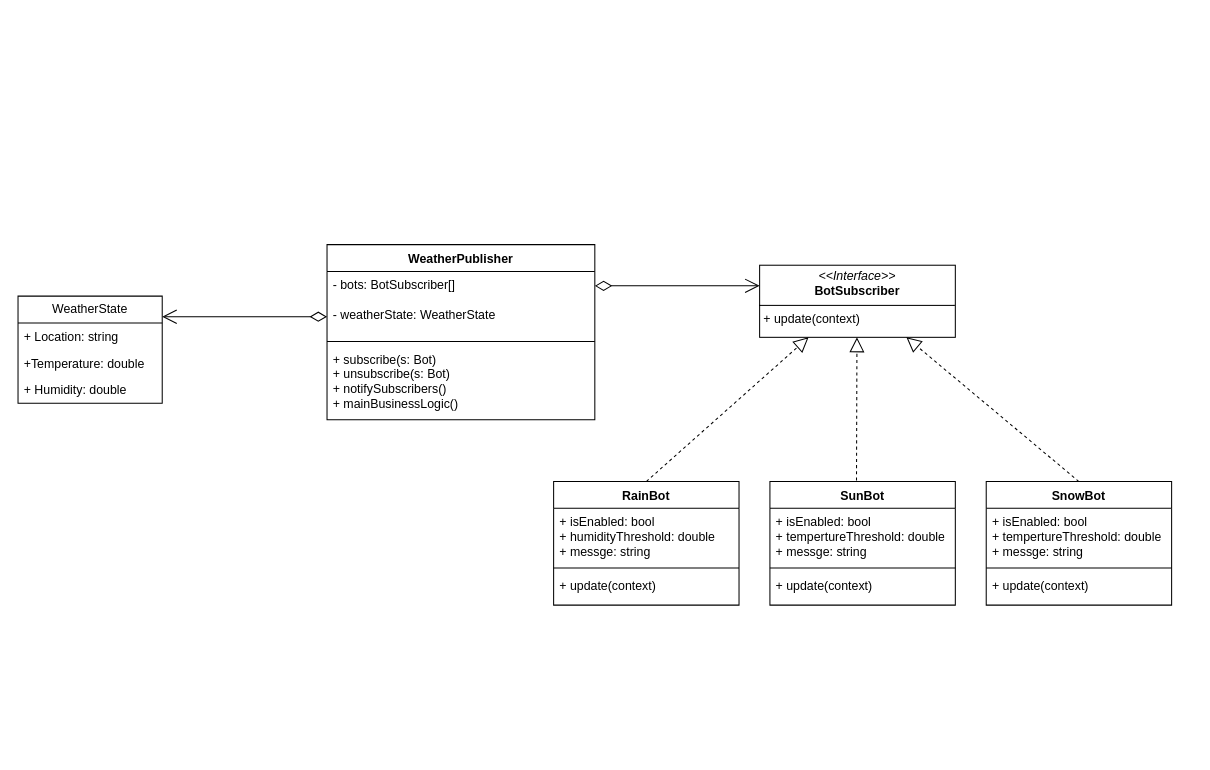
Above: Design/ObserverStructure.drawio in MahmoudShouli/WeatherMontior (draw.io), before the change. Source tidied: cells renumbered, new cells numbered last; positions are measured from the earlier drawing's top-left corner, leaving out a move shared by most shapes. Both pictures are drawn from the tidied source at 103%, with x=0, y=0 at pixel (18, 244).
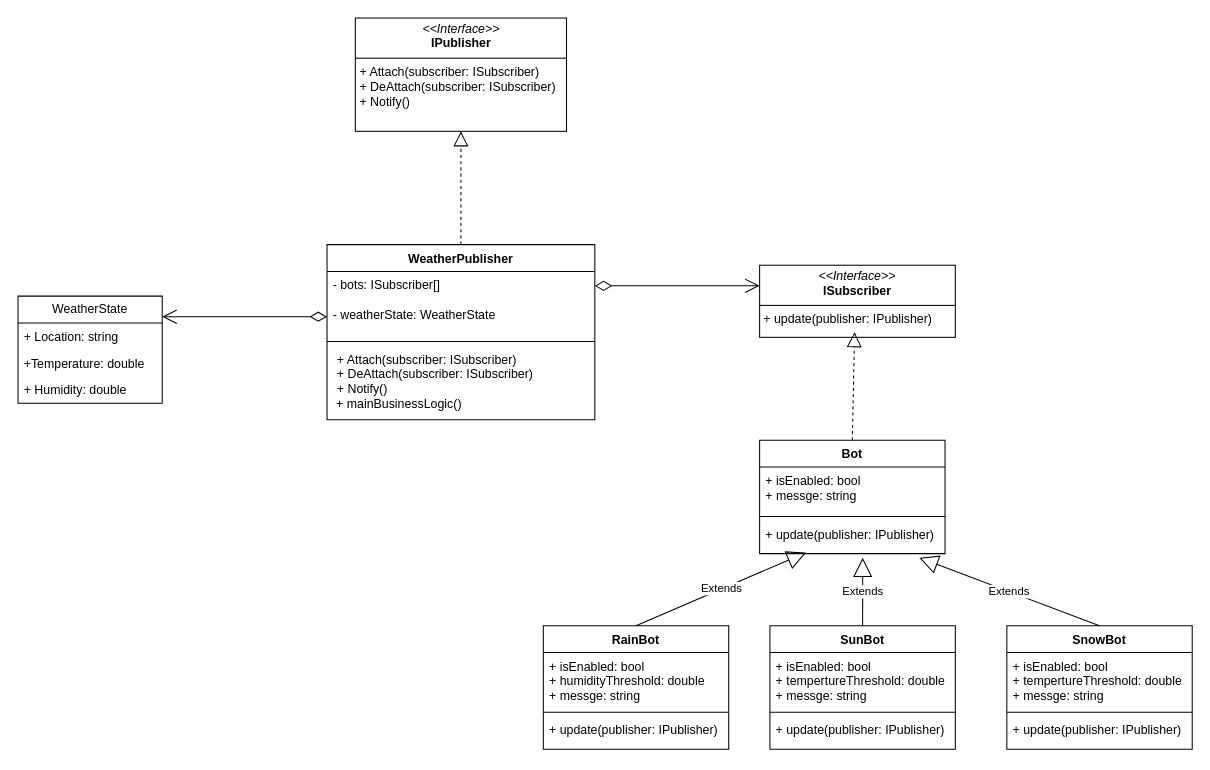
The same diagram, later.

The change refers to these unchanged cells:
```xml
<mxCell id="6" value="WeatherPublisher" style="swimlane;fontStyle=1;align=center;verticalAlign=top;horizontal=1;startSize=26;whiteSpace=wrap;html=1;" parent="1" vertex="1">
  <mxGeometry x="300" width="260" height="170" as="geometry" />
</mxCell>
```

The edit, as a diff of the source:
```diff
@@
-    <mxCell id="7" value="- bots: BotSubscriber[]&lt;div&gt;&lt;br&gt;&lt;div&gt;- weatherState: WeatherState&lt;/div&gt;&lt;/div&gt;" style="text;strokeColor=none;fillColor=none;align=left;verticalAlign=top;spacingLeft=4;spacingRight=4;overflow=hidden;whiteSpace=wrap;html=1;" parent="6" vertex="1">
+    <mxCell id="7" value="- bots: ISubscriber[]&lt;div&gt;&lt;br&gt;&lt;div&gt;- weatherState: WeatherState&lt;/div&gt;&lt;/div&gt;" style="text;strokeColor=none;fillColor=none;align=left;verticalAlign=top;spacingLeft=4;spacingRight=4;overflow=hidden;whiteSpace=wrap;html=1;" parent="6" vertex="1">
       <mxGeometry y="26" width="260" height="64" as="geometry" />
     </mxCell>
@@
-    <mxCell id="9" value="+ subscribe(s: Bot)&lt;div&gt;+ unsubscribe(s: Bot)&lt;/div&gt;&lt;div&gt;+ notifySubscribers()&lt;/div&gt;&lt;div&gt;+ mainBusinessLogic()&lt;br&gt;&lt;div&gt;&lt;br&gt;&lt;/div&gt;&lt;/div&gt;" style="text;strokeColor=none;fillColor=none;align=left;verticalAlign=top;spacingLeft=4;spacingRight=4;overflow=hidden;whiteSpace=wrap;html=1;" parent="6" vertex="1">
+    <mxCell id="9" value="&lt;p style=&quot;margin: 0px 0px 0px 4px;&quot;&gt;+ Attach(subscriber: ISubscriber)&lt;br&gt;+ DeAttach(subscriber: ISubscriber)&lt;br&gt;&lt;/p&gt;&lt;p style=&quot;margin: 0px 0px 0px 4px;&quot;&gt;+ Notify()&lt;/p&gt;&lt;div&gt;&amp;nbsp;+ mainBusinessLogic()&lt;br&gt;&lt;div&gt;&lt;br&gt;&lt;/div&gt;&lt;/div&gt;" style="text;strokeColor=none;fillColor=none;align=left;verticalAlign=top;spacingLeft=4;spacingRight=4;overflow=hidden;whiteSpace=wrap;html=1;" parent="6" vertex="1">
       <mxGeometry y="98" width="260" height="72" as="geometry" />
     </mxCell>
-    <mxCell id="10" value="&lt;p style=&quot;margin:0px;margin-top:4px;text-align:center;&quot;&gt;&lt;i&gt;&amp;lt;&amp;lt;Interface&amp;gt;&amp;gt;&lt;/i&gt;&lt;br&gt;&lt;b&gt;BotSubscriber&lt;/b&gt;&lt;/p&gt;&lt;hr size=&quot;1&quot; style=&quot;border-style:solid;&quot;&gt;&lt;p style=&quot;margin:0px;margin-left:4px;&quot;&gt;+ update(context)&lt;br&gt;&lt;br&gt;&lt;/p&gt;" style="verticalAlign=top;align=left;overflow=fill;html=1;whiteSpace=wrap;" parent="1" vertex="1">
+    <mxCell id="10" value="&lt;p style=&quot;margin:0px;margin-top:4px;text-align:center;&quot;&gt;&lt;i&gt;&amp;lt;&amp;lt;Interface&amp;gt;&amp;gt;&lt;/i&gt;&lt;br&gt;&lt;b&gt;ISubscriber&lt;/b&gt;&lt;/p&gt;&lt;hr size=&quot;1&quot; style=&quot;border-style:solid;&quot;&gt;&lt;p style=&quot;margin:0px;margin-left:4px;&quot;&gt;+ update(publisher: IPublisher)&lt;br&gt;&lt;br&gt;&lt;/p&gt;" style="verticalAlign=top;align=left;overflow=fill;html=1;whiteSpace=wrap;" parent="1" vertex="1">
       <mxGeometry x="720" y="20" width="190" height="70" as="geometry" />
     </mxCell>
@@
     <mxCell id="13" value="RainBot" style="swimlane;fontStyle=1;align=center;verticalAlign=top;horizontal=1;startSize=26;whiteSpace=wrap;html=1;" parent="1" vertex="1">
-      <mxGeometry x="520" y="230" width="180" height="120" as="geometry" />
+      <mxGeometry x="510" y="370" width="180" height="120" as="geometry" />
     </mxCell>
@@
-    <mxCell id="16" value="+ update(context)&lt;div&gt;&lt;br&gt;&lt;/div&gt;&lt;div&gt;&lt;br&gt;&lt;/div&gt;&lt;div&gt;&lt;br&gt;&lt;/div&gt;&lt;div&gt;&lt;br&gt;&lt;/div&gt;" style="text;strokeColor=none;fillColor=none;align=left;verticalAlign=top;spacingLeft=4;spacingRight=4;overflow=hidden;whiteSpace=wrap;html=1;" parent="13" vertex="1">
+    <mxCell id="16" value="&lt;div&gt;+ update(publisher: IPublisher)&lt;/div&gt;&lt;div&gt;&lt;br&gt;&lt;/div&gt;&lt;div&gt;&lt;br&gt;&lt;/div&gt;&lt;div&gt;&lt;br&gt;&lt;/div&gt;" style="text;strokeColor=none;fillColor=none;align=left;verticalAlign=top;spacingLeft=4;spacingRight=4;overflow=hidden;whiteSpace=wrap;html=1;" parent="13" vertex="1">
       <mxGeometry y="88" width="180" height="32" as="geometry" />
     </mxCell>
     <mxCell id="17" value="SunBot" style="swimlane;fontStyle=1;align=center;verticalAlign=top;horizontal=1;startSize=26;whiteSpace=wrap;html=1;" parent="1" vertex="1">
-      <mxGeometry x="730" y="230" width="180" height="120" as="geometry" />
+      <mxGeometry x="730" y="370" width="180" height="120" as="geometry" />
     </mxCell>
@@
-    <mxCell id="20" value="+ update(context)&lt;div&gt;&lt;br&gt;&lt;/div&gt;&lt;div&gt;&lt;br&gt;&lt;/div&gt;&lt;div&gt;&lt;br&gt;&lt;/div&gt;&lt;div&gt;&lt;br&gt;&lt;/div&gt;" style="text;strokeColor=none;fillColor=none;align=left;verticalAlign=top;spacingLeft=4;spacingRight=4;overflow=hidden;whiteSpace=wrap;html=1;" parent="17" vertex="1">
+    <mxCell id="20" value="&lt;div&gt;+ update(publisher: IPublisher)&lt;/div&gt;&lt;div&gt;&lt;br&gt;&lt;/div&gt;&lt;div&gt;&lt;br&gt;&lt;/div&gt;&lt;div&gt;&lt;br&gt;&lt;/div&gt;" style="text;strokeColor=none;fillColor=none;align=left;verticalAlign=top;spacingLeft=4;spacingRight=4;overflow=hidden;whiteSpace=wrap;html=1;" parent="17" vertex="1">
       <mxGeometry y="88" width="180" height="32" as="geometry" />
     </mxCell>
     <mxCell id="21" value="SnowBot" style="swimlane;fontStyle=1;align=center;verticalAlign=top;horizontal=1;startSize=26;whiteSpace=wrap;html=1;" parent="1" vertex="1">
-      <mxGeometry x="940" y="230" width="180" height="120" as="geometry" />
+      <mxGeometry x="960" y="370" width="180" height="120" as="geometry" />
     </mxCell>
@@
-    <mxCell id="24" value="+ update(context)&lt;div&gt;&lt;br&gt;&lt;/div&gt;&lt;div&gt;&lt;br&gt;&lt;/div&gt;&lt;div&gt;&lt;br&gt;&lt;/div&gt;&lt;div&gt;&lt;br&gt;&lt;/div&gt;" style="text;strokeColor=none;fillColor=none;align=left;verticalAlign=top;spacingLeft=4;spacingRight=4;overflow=hidden;whiteSpace=wrap;html=1;" parent="21" vertex="1">
+    <mxCell id="24" value="&lt;div&gt;+ update(publisher: IPublisher)&lt;/div&gt;&lt;div&gt;&lt;br&gt;&lt;/div&gt;&lt;div&gt;&lt;br&gt;&lt;/div&gt;&lt;div&gt;&lt;br&gt;&lt;/div&gt;" style="text;strokeColor=none;fillColor=none;align=left;verticalAlign=top;spacingLeft=4;spacingRight=4;overflow=hidden;whiteSpace=wrap;html=1;" parent="21" vertex="1">
       <mxGeometry y="88" width="180" height="32" as="geometry" />
     </mxCell>
-    <mxCell id="25" style="endArrow=block;dashed=1;endFill=0;endSize=12;html=1;rounded=0;exitX=0.467;exitY=-0.008;exitDx=0;exitDy=0;exitPerimeter=0;" parent="1" edge="1" source="17">
+    <mxCell id="25" style="endArrow=block;dashed=1;endFill=0;endSize=12;html=1;rounded=0;exitX=0.5;exitY=0;exitDx=0;exitDy=0;" parent="1" edge="1" source="30">
       <mxGeometry relative="1" as="geometry">
-        <mxPoint x="814.5" y="90" as="targetPoint" />
+        <mxPoint x="812.2" y="85" as="targetPoint" />
         <Array as="points">
-          <mxPoint x="814.5" y="90" />
+          <mxPoint x="812.2" y="85" />
         </Array>
       </mxGeometry>
     </mxCell>
-    <mxCell id="26" style="endArrow=block;dashed=1;endFill=0;endSize=12;html=1;rounded=0;entryX=0.25;entryY=1;entryDx=0;entryDy=0;exitX=0.5;exitY=0;exitDx=0;exitDy=0;" parent="1" edge="1" source="13" target="10">
-      <mxGeometry relative="1" as="geometry" />
-    </mxCell>
-    <mxCell id="27" style="endArrow=block;dashed=1;endFill=0;endSize=12;html=1;rounded=0;exitX=0.5;exitY=0;exitDx=0;exitDy=0;entryX=0.75;entryY=1;entryDx=0;entryDy=0;" parent="1" edge="1" source="21" target="10">
-      <mxGeometry relative="1" as="geometry" />
-    </mxCell>
+    <mxCell id="28" value="&lt;p style=&quot;margin:0px;margin-top:4px;text-align:center;&quot;&gt;&lt;i&gt;&amp;lt;&amp;lt;Interface&amp;gt;&amp;gt;&lt;/i&gt;&lt;br&gt;&lt;b&gt;IPublisher&lt;/b&gt;&lt;/p&gt;&lt;hr size=&quot;1&quot; style=&quot;border-style:solid;&quot;&gt;&lt;p style=&quot;margin:0px;margin-left:4px;&quot;&gt;+ Attach(subscriber: ISubscriber)&lt;br&gt;+ DeAttach(subscriber: ISubscriber)&lt;br&gt;&lt;/p&gt;&lt;p style=&quot;margin:0px;margin-left:4px;&quot;&gt;+ Notify()&lt;/p&gt;" style="verticalAlign=top;align=left;overflow=fill;html=1;whiteSpace=wrap;" parent="1" vertex="1">
+      <mxGeometry x="327.5" y="-220" width="205" height="110" as="geometry" />
+    </mxCell>
+    <mxCell id="29" style="endArrow=block;dashed=1;endFill=0;endSize=12;html=1;rounded=0;entryX=0.5;entryY=1;entryDx=0;entryDy=0;exitX=0.5;exitY=0;exitDx=0;exitDy=0;" parent="1" edge="1" source="6" target="28">
+      <mxGeometry relative="1" as="geometry" />
+    </mxCell>
+    <mxCell id="30" value="Bot" style="swimlane;fontStyle=1;align=center;verticalAlign=top;horizontal=1;startSize=26;whiteSpace=wrap;html=1;" parent="1" vertex="1">
+      <mxGeometry x="720" y="190" width="180" height="110" as="geometry" />
+    </mxCell>
+    <mxCell id="31" value="+ isEnabled: bool&lt;div&gt;&lt;span style=&quot;background-color: transparent; color: light-dark(rgb(0, 0, 0), rgb(255, 255, 255));&quot;&gt;+ messge: string&lt;/span&gt;&lt;/div&gt;" style="text;strokeColor=none;fillColor=none;align=left;verticalAlign=top;spacingLeft=4;spacingRight=4;overflow=hidden;whiteSpace=wrap;html=1;" parent="30" vertex="1">
+      <mxGeometry y="26" width="180" height="44" as="geometry" />
+    </mxCell>
+    <mxCell id="32" style="line;strokeWidth=1;fillColor=none;align=left;verticalAlign=middle;spacingTop=-1;spacingLeft=3;spacingRight=3;labelPosition=right;strokeColor=inherit;" parent="30" vertex="1">
+      <mxGeometry y="70" width="180" height="8" as="geometry" />
+    </mxCell>
+    <mxCell id="33" value="&lt;div&gt;+ update(publisher: IPublisher)&lt;/div&gt;&lt;div&gt;&lt;br&gt;&lt;/div&gt;&lt;div&gt;&lt;br&gt;&lt;/div&gt;&lt;div&gt;&lt;br&gt;&lt;/div&gt;" style="text;strokeColor=none;fillColor=none;align=left;verticalAlign=top;spacingLeft=4;spacingRight=4;overflow=hidden;points=[[0,0.5],[1,0.5]];portConstraint=eastwest;whiteSpace=wrap;html=1;" parent="30" vertex="1">
+      <mxGeometry y="78" width="180" height="32" as="geometry" />
+    </mxCell>
+    <mxCell id="34" value="Extends" style="endArrow=block;endSize=16;endFill=0;html=1;rounded=0;entryX=0.25;entryY=0.969;entryDx=0;entryDy=0;entryPerimeter=0;exitX=0.5;exitY=0;exitDx=0;exitDy=0;" parent="1" edge="1" source="13" target="33">
+      <mxGeometry relative="1" as="geometry" />
+    </mxCell>
+    <mxCell id="35" value="Extends" style="endArrow=block;endSize=16;endFill=0;html=1;rounded=0;entryX=0.556;entryY=1.125;entryDx=0;entryDy=0;entryPerimeter=0;exitX=0.5;exitY=0;exitDx=0;exitDy=0;" parent="1" edge="1" source="17" target="33">
+      <mxGeometry relative="1" as="geometry" />
+    </mxCell>
+    <mxCell id="36" value="Extends" style="endArrow=block;endSize=16;endFill=0;html=1;rounded=0;entryX=0.861;entryY=1.125;entryDx=0;entryDy=0;entryPerimeter=0;exitX=0.5;exitY=0;exitDx=0;exitDy=0;" parent="1" edge="1" source="21" target="33">
+      <mxGeometry relative="1" as="geometry" />
+    </mxCell>
```
